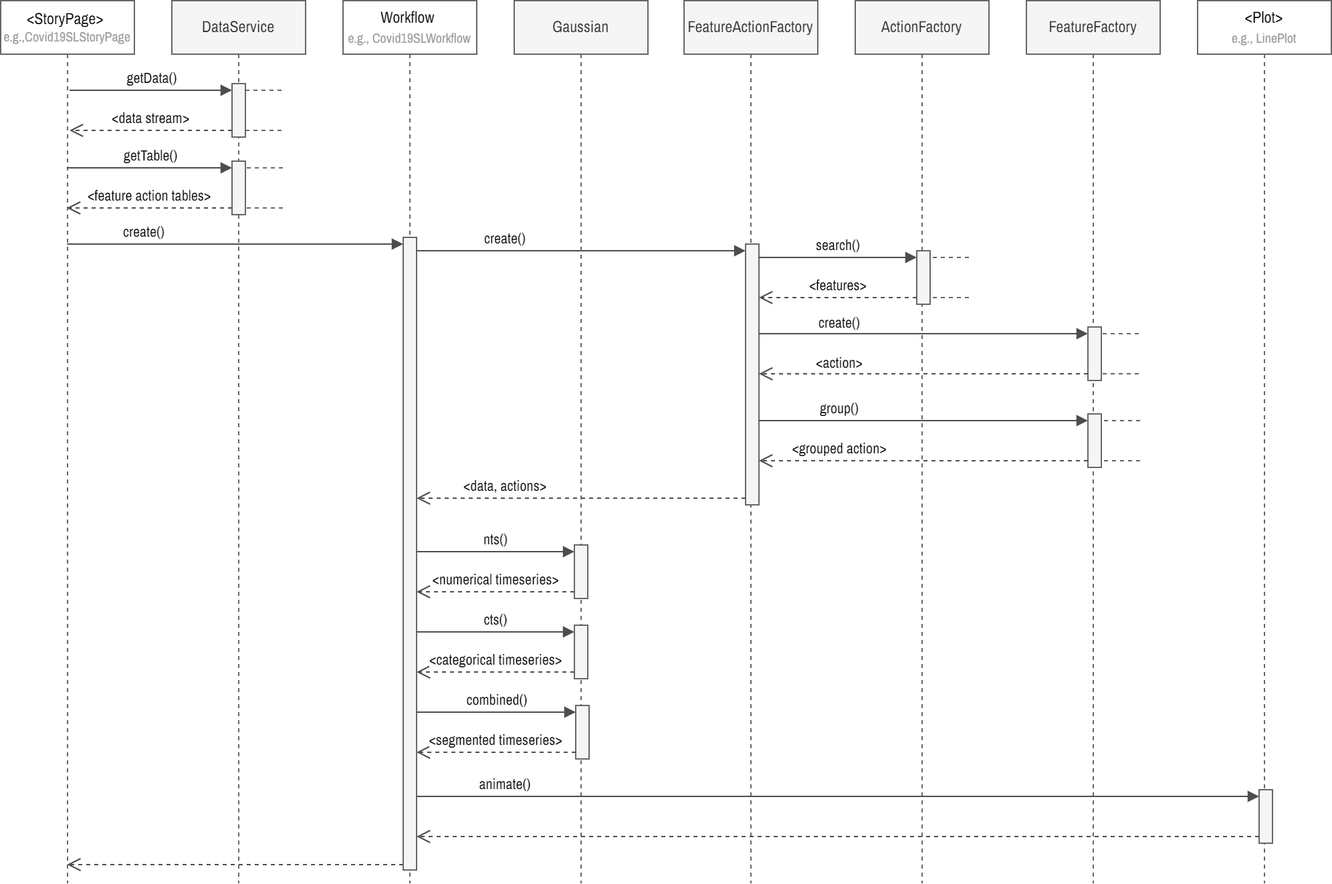
Before: public/static/doc/sequence-diagram.png, a diagram exported from draw.io (saifulkhan/storytelling-vis). Source tidied: cells renumbered, new cells last; positions are measured from the earlier drawing's top-left corner, leaving out a move shared by most shapes.
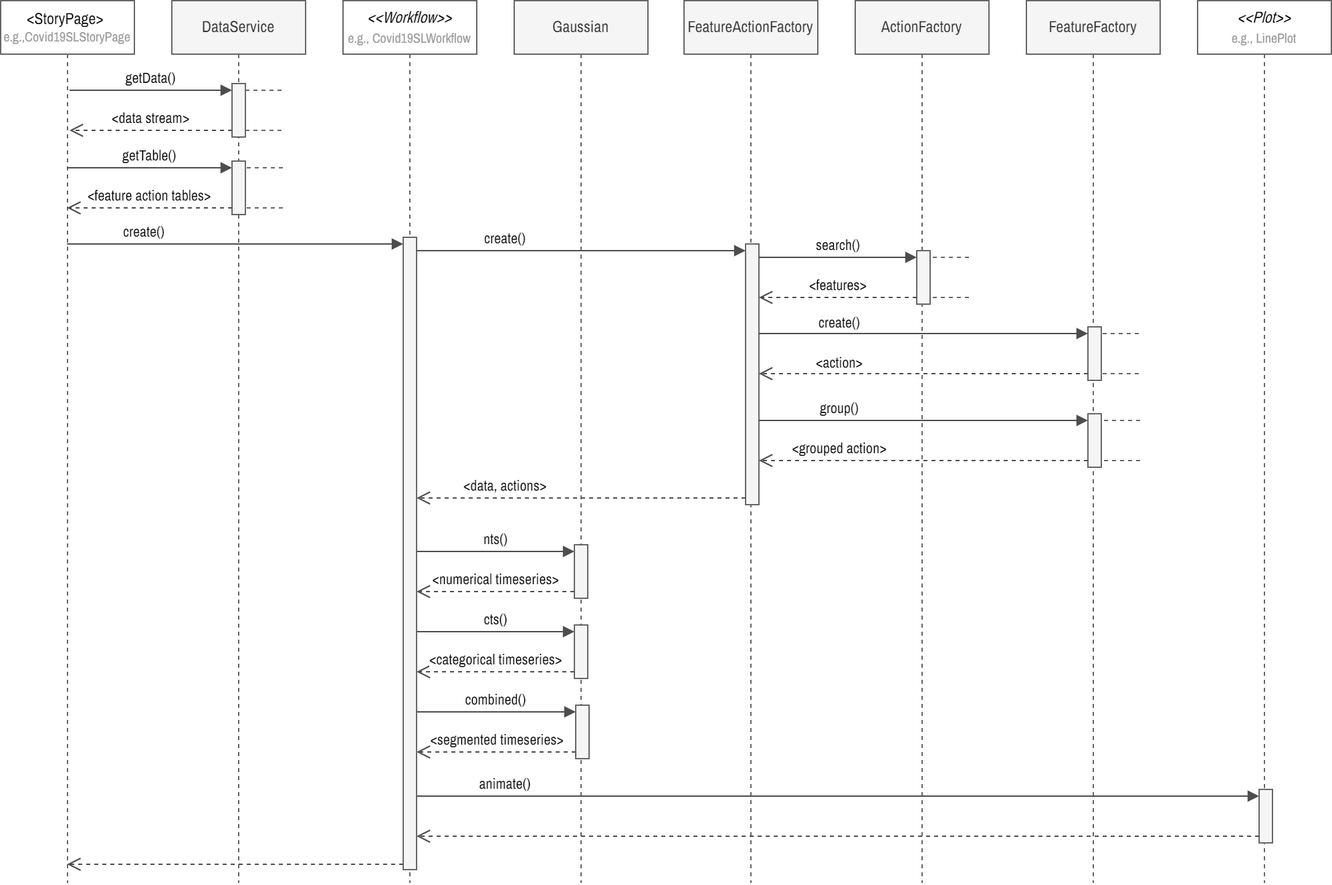
The same diagram one commit later.

Diff of the diagram source:
```diff
@@ -5,7 +5,7 @@
     <mxCell id="2" value="&lt;font&gt;&amp;lt;&lt;span&gt;StoryPage&lt;/span&gt;&amp;gt;&amp;nbsp;&lt;/font&gt;&lt;div style=&quot;font-size: 10px;&quot;&gt;&lt;font style=&quot;font-size: 10px;&quot;&gt;&lt;font color=&quot;#999999&quot; style=&quot;font-size: 10px;&quot;&gt;e.g.,&lt;/font&gt;&lt;/font&gt;&lt;span style=&quot;color: rgb(153, 153, 153); background-color: initial;&quot;&gt;Covid19SLStoryPage&lt;/span&gt;&lt;/div&gt;" style="shape=umlLifeline;perimeter=lifelinePerimeter;whiteSpace=wrap;html=1;outlineConnect=0;portConstraint=eastwest;newEdgeStyle={&quot;curved&quot;:0,&quot;rounded&quot;:0};fontFamily=Archivo Narrow;fontSource=https%3A%2F%2Ffonts.googleapis.com%2Fcss%3Ffamily%3DArchivo%2BNarrow;fontStyle=0;strokeColor=#666666;" parent="1" vertex="1">
       <mxGeometry width="100" height="660" as="geometry" />
     </mxCell>
-    <mxCell id="3" value="&lt;span&gt;&lt;font&gt;Workflow&lt;/font&gt;&lt;span style=&quot;background-color: initial;&quot;&gt;&lt;font color=&quot;#999999&quot;&gt;&amp;nbsp;&lt;/font&gt;&lt;/span&gt;&lt;/span&gt;&lt;div&gt;&lt;span style=&quot;background-color: initial;&quot;&gt;&lt;font color=&quot;#999999&quot; style=&quot;font-size: 10px;&quot;&gt;e.g., Covid19SLWorkflow&lt;/font&gt;&lt;/span&gt;&lt;/div&gt;" style="shape=umlLifeline;perimeter=lifelinePerimeter;whiteSpace=wrap;html=1;newEdgeStyle={&quot;curved&quot;:0,&quot;rounded&quot;:0};fontFamily=Archivo Narrow;fontSource=https%3A%2F%2Ffonts.googleapis.com%2Fcss%3Ffamily%3DArchivo%2BNarrow;fontStyle=0;strokeColor=#666666;" parent="1" vertex="1">
+    <mxCell id="3" value="&lt;span&gt;&lt;font&gt;&lt;i&gt;&amp;lt;&amp;lt;Workflow&amp;gt;&amp;gt;&lt;/i&gt;&lt;/font&gt;&lt;/span&gt;&lt;div&gt;&lt;span style=&quot;background-color: initial;&quot;&gt;&lt;font color=&quot;#999999&quot; style=&quot;font-size: 10px;&quot;&gt;e.g., Covid19SLWorkflow&lt;/font&gt;&lt;/span&gt;&lt;/div&gt;" style="shape=umlLifeline;perimeter=lifelinePerimeter;whiteSpace=wrap;html=1;newEdgeStyle={&quot;curved&quot;:0,&quot;rounded&quot;:0};fontFamily=Archivo Narrow;fontSource=https%3A%2F%2Ffonts.googleapis.com%2Fcss%3Ffamily%3DArchivo%2BNarrow;fontStyle=0;strokeColor=#666666;" parent="1" vertex="1">
       <mxGeometry x="256" width="100" height="660" as="geometry" />
     </mxCell>
     <mxCell id="4" style="html=1;points=[[0,0,0,0,5],[0,1,0,0,-5],[1,0,0,0,5],[1,1,0,0,-5]];perimeter=orthogonalPerimeter;outlineConnect=0;targetShapes=umlLifeline;portConstraint=eastwest;newEdgeStyle={&quot;curved&quot;:0,&quot;rounded&quot;:0};fontFamily=Archivo Narrow;fontSource=https%3A%2F%2Ffonts.googleapis.com%2Fcss%3Ffamily%3DArchivo%2BNarrow;fillColor=#f5f5f5;fontColor=#333333;strokeColor=#666666;" parent="3" vertex="1">
@@ -67,7 +67,7 @@
     <mxCell id="22" style="html=1;points=[[0,0,0,0,5],[0,1,0,0,-5],[1,0,0,0,5],[1,1,0,0,-5]];perimeter=orthogonalPerimeter;outlineConnect=0;targetShapes=umlLifeline;portConstraint=eastwest;newEdgeStyle={&quot;curved&quot;:0,&quot;rounded&quot;:0};fontFamily=Archivo Narrow;fontSource=https%3A%2F%2Ffonts.googleapis.com%2Fcss%3Ffamily%3DArchivo%2BNarrow;fillColor=#f5f5f5;fontColor=#333333;strokeColor=#666666;" parent="21" vertex="1">
       <mxGeometry x="45" y="407" width="10" height="40" as="geometry" />
     </mxCell>
-    <mxCell id="23" value="&lt;font&gt;&amp;lt;&lt;span&gt;Plot&lt;/span&gt;&amp;gt;&lt;/font&gt;&lt;div&gt;&lt;font color=&quot;#999999&quot; style=&quot;font-size: 10px;&quot;&gt;e.g., LinePlot&lt;/font&gt;&lt;/div&gt;" style="shape=umlLifeline;perimeter=lifelinePerimeter;whiteSpace=wrap;html=1;newEdgeStyle={&quot;curved&quot;:0,&quot;rounded&quot;:0};fontFamily=Archivo Narrow;fontSource=https%3A%2F%2Ffonts.googleapis.com%2Fcss%3Ffamily%3DArchivo%2BNarrow;fontStyle=0;strokeColor=#666666;" parent="1" vertex="1">
+    <mxCell id="23" value="&lt;font&gt;&lt;i&gt;&amp;lt;&amp;lt;&lt;span&gt;Plot&amp;gt;&lt;/span&gt;&amp;gt;&lt;/i&gt;&lt;/font&gt;&lt;div&gt;&lt;font color=&quot;#999999&quot; style=&quot;font-size: 10px;&quot;&gt;e.g., LinePlot&lt;/font&gt;&lt;/div&gt;" style="shape=umlLifeline;perimeter=lifelinePerimeter;whiteSpace=wrap;html=1;newEdgeStyle={&quot;curved&quot;:0,&quot;rounded&quot;:0};fontFamily=Archivo Narrow;fontSource=https%3A%2F%2Ffonts.googleapis.com%2Fcss%3Ffamily%3DArchivo%2BNarrow;fontStyle=0;strokeColor=#666666;" parent="1" vertex="1">
       <mxGeometry x="895" width="100" height="660" as="geometry" />
     </mxCell>
     <mxCell id="24" style="html=1;points=[[0,0,0,0,5],[0,1,0,0,-5],[1,0,0,0,5],[1,1,0,0,-5]];perimeter=orthogonalPerimeter;outlineConnect=0;targetShapes=umlLifeline;portConstraint=eastwest;newEdgeStyle={&quot;curved&quot;:0,&quot;rounded&quot;:0};fontFamily=Archivo Narrow;fontSource=https%3A%2F%2Ffonts.googleapis.com%2Fcss%3Ffamily%3DArchivo%2BNarrow;fillColor=#f5f5f5;fontColor=#333333;strokeColor=#666666;" parent="23" vertex="1">
```
